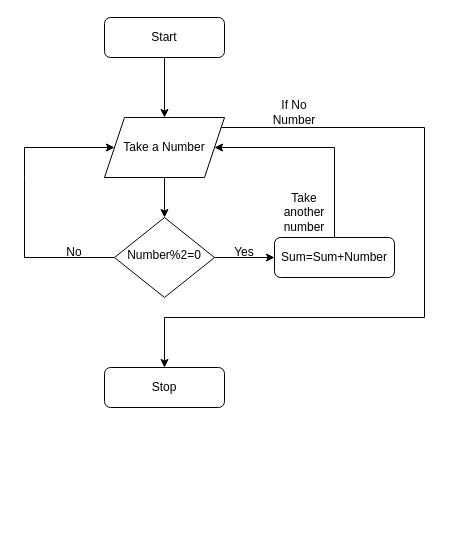
Above: RedmineGit/Day1/bhavik/sumofevennos.drawio in bhavik426/work (draw.io), before the change. Source tidied: cells renumbered, new cells numbered last; positions are measured from the earlier drawing's top-left corner, leaving out a move shared by most shapes. Both pictures are drawn from the tidied source at 100%, with x=0, y=0 at pixel (24, 17).
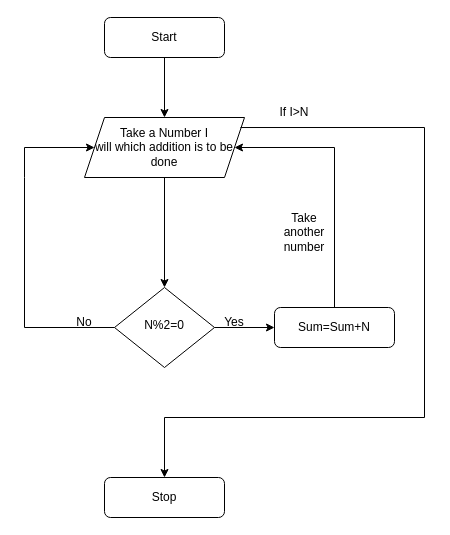
After the change.

Change to the diagram source:
```diff
@@
-    <mxCell id="3" value="Number%2=0" style="rhombus;whiteSpace=wrap;html=1;shadow=0;fontFamily=Helvetica;fontSize=12;align=center;strokeWidth=1;spacing=6;spacingTop=-4;" parent="1" vertex="1">
-      <mxGeometry x="90" y="200" width="100" height="80" as="geometry" />
+    <mxCell id="3" value="N%2=0" style="rhombus;whiteSpace=wrap;html=1;shadow=0;fontFamily=Helvetica;fontSize=12;align=center;strokeWidth=1;spacing=6;spacingTop=-4;" parent="1" vertex="1">
+      <mxGeometry x="90" y="270" width="100" height="80" as="geometry" />
     </mxCell>
     <mxCell id="4" value="Stop" style="rounded=1;whiteSpace=wrap;html=1;fontSize=12;glass=0;strokeWidth=1;shadow=0;" parent="1" vertex="1">
-      <mxGeometry x="80" y="350" width="120" height="40" as="geometry" />
+      <mxGeometry x="80" y="460" width="120" height="40" as="geometry" />
     </mxCell>
-    <mxCell id="5" value="Sum=Sum+Number" style="rounded=1;whiteSpace=wrap;html=1;fontSize=12;glass=0;strokeWidth=1;shadow=0;" parent="1" vertex="1">
-      <mxGeometry x="250" y="220" width="120" height="40" as="geometry" />
+    <mxCell id="5" value="Sum=Sum+N" style="rounded=1;whiteSpace=wrap;html=1;fontSize=12;glass=0;strokeWidth=1;shadow=0;" parent="1" vertex="1">
+      <mxGeometry x="250" y="290" width="120" height="40" as="geometry" />
     </mxCell>
-    <mxCell id="6" value="Take a Number" style="shape=parallelogram;perimeter=parallelogramPerimeter;whiteSpace=wrap;html=1;fixedSize=1;" parent="1" vertex="1">
-      <mxGeometry x="80" y="100" width="120" height="60" as="geometry" />
+    <mxCell id="6" value="Take a Number I&lt;br&gt;will which addition is to be done" style="shape=parallelogram;perimeter=parallelogramPerimeter;whiteSpace=wrap;html=1;fixedSize=1;" parent="1" vertex="1">
+      <mxGeometry x="60" y="100" width="160" height="60" as="geometry" />
     </mxCell>
@@
-    <mxCell id="8" style="endArrow=classic;html=1;rounded=0;exitX=0.5;exitY=1;exitDx=0;exitDy=0;" parent="1" edge="1" source="6">
-      <mxGeometry relative="1" as="geometry">
-        <mxPoint x="140" y="200" as="targetPoint" />
-      </mxGeometry>
+    <mxCell id="8" style="endArrow=classic;html=1;rounded=0;exitX=0.5;exitY=1;exitDx=0;exitDy=0;entryX=0.5;entryY=0;entryDx=0;entryDy=0;" parent="1" edge="1" source="6" target="3">
+      <mxGeometry relative="1" as="geometry" />
     </mxCell>
@@
     <mxCell id="11" value="Yes" style="text;html=1;strokeColor=none;fillColor=none;align=center;verticalAlign=middle;whiteSpace=wrap;rounded=0;" parent="1" vertex="1">
-      <mxGeometry x="190" y="220" width="60" height="30" as="geometry" />
+      <mxGeometry x="180" y="290" width="60" height="30" as="geometry" />
     </mxCell>
     <mxCell id="12" style="endArrow=classic;html=1;rounded=0;exitX=0;exitY=0.5;exitDx=0;exitDy=0;entryX=0;entryY=0.5;entryDx=0;entryDy=0;" parent="1" edge="1" source="3" target="6">
       <mxGeometry relative="1" as="geometry">
         <Array as="points">
-          <mxPoint y="240" />
+          <mxPoint y="310" />
           <mxPoint y="160" />
           <mxPoint y="130" />
         </Array>
       </mxGeometry>
     </mxCell>
     <mxCell id="13" value="No" style="text;html=1;strokeColor=none;fillColor=none;align=center;verticalAlign=middle;whiteSpace=wrap;rounded=0;" parent="1" vertex="1">
-      <mxGeometry x="20" y="220" width="60" height="30" as="geometry" />
+      <mxGeometry x="30" y="290" width="60" height="30" as="geometry" />
     </mxCell>
     <mxCell id="14" style="endArrow=classic;html=1;rounded=0;exitX=0.975;exitY=0.167;exitDx=0;exitDy=0;exitPerimeter=0;entryX=0.5;entryY=0;entryDx=0;entryDy=0;" parent="1" edge="1" source="6" target="4">
       <mxGeometry relative="1" as="geometry">
         <Array as="points">
           <mxPoint x="400" y="110" />
-          <mxPoint x="400" y="300" />
-          <mxPoint x="140" y="300" />
+          <mxPoint x="400" y="400" />
+          <mxPoint x="140" y="400" />
         </Array>
       </mxGeometry>
     </mxCell>
-    <mxCell id="15" value="If No Number" style="text;html=1;strokeColor=none;fillColor=none;align=center;verticalAlign=middle;whiteSpace=wrap;rounded=0;" parent="1" vertex="1">
+    <mxCell id="15" value="If I&amp;gt;N" style="text;html=1;strokeColor=none;fillColor=none;align=center;verticalAlign=middle;whiteSpace=wrap;rounded=0;" parent="1" vertex="1">
       <mxGeometry x="240" y="80" width="60" height="30" as="geometry" />
     </mxCell>
     <mxCell id="16" value="Take another number" style="text;html=1;strokeColor=none;fillColor=none;align=center;verticalAlign=middle;whiteSpace=wrap;rounded=0;" parent="1" vertex="1">
-      <mxGeometry x="250" y="180" width="60" height="30" as="geometry" />
+      <mxGeometry x="250" y="200" width="60" height="30" as="geometry" />
     </mxCell>
```
